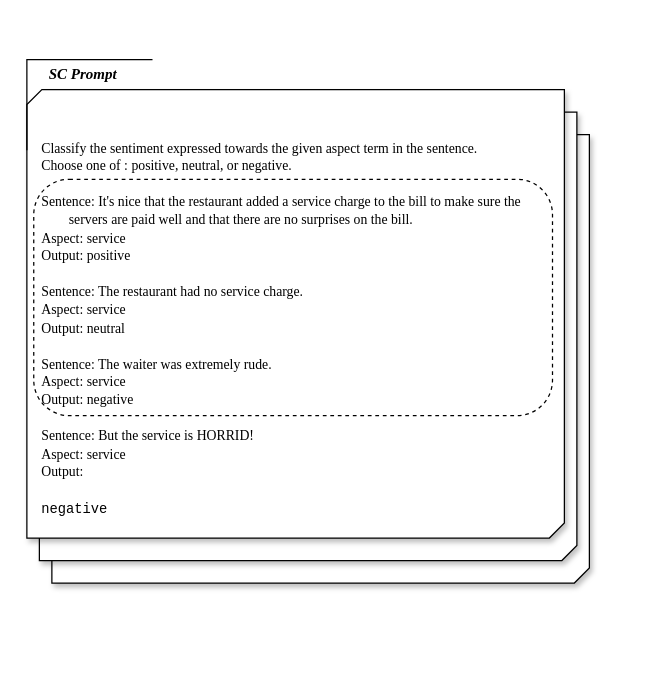
sara-kaczmarek/LLMB4ABSC keeps this draw.io diagram as SC_prompt.drawio. Above is the earlier version. Source tidied: cells renumbered, new cells numbered last; positions are measured from the earlier drawing's top-left corner, leaving out a move shared by most shapes. Both pictures are drawn from the tidied source at 125%, with x=0, y=0 at pixel (26, 21).
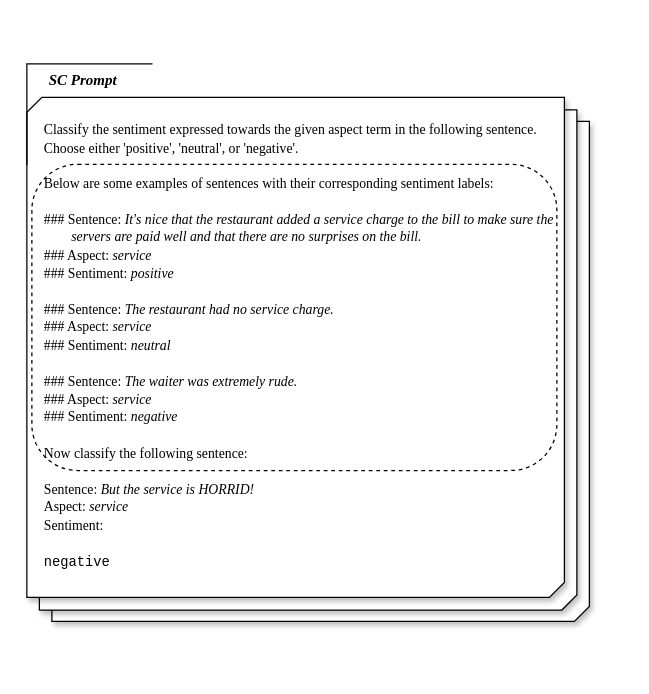
The same page after the edit.

Change to the diagram source:
```diff
@@
 <mxGraphModel>
   <root>
     <mxCell id="0" />
     <mxCell id="1" parent="0" />
-    <mxCell id="2" style="group;" parent="1" vertex="1">
-      <mxGeometry width="480" height="521" as="geometry" />
-    </mxCell>
-    <mxCell id="3" style="verticalLabelPosition=bottom;verticalAlign=top;html=1;shape=mxgraph.basic.diag_snip_rect;dx=6;whiteSpace=wrap;shadow=1;" parent="2" vertex="1">
-      <mxGeometry x="20" y="90.1" width="430" height="358.8" as="geometry" />
+    <mxCell id="3" style="verticalLabelPosition=bottom;verticalAlign=top;html=1;shape=mxgraph.basic.diag_snip_rect;dx=6;whiteSpace=wrap;shadow=1;" parent="1" vertex="1">
+      <mxGeometry x="20" y="79.5" width="430" height="400.1" as="geometry" />
     </mxCell>
-    <mxCell id="4" style="verticalLabelPosition=bottom;verticalAlign=top;html=1;shape=mxgraph.basic.diag_snip_rect;dx=6;whiteSpace=wrap;shadow=1;" parent="2" vertex="1">
-      <mxGeometry x="10" y="72.1" width="430" height="358.8" as="geometry" />
+    <mxCell id="4" style="verticalLabelPosition=bottom;verticalAlign=top;html=1;shape=mxgraph.basic.diag_snip_rect;dx=6;whiteSpace=wrap;shadow=1;" parent="1" vertex="1">
+      <mxGeometry x="10" y="70.4" width="430" height="400.1" as="geometry" />
     </mxCell>
-    <mxCell id="5" style="verticalLabelPosition=bottom;verticalAlign=top;html=1;shape=mxgraph.basic.diag_snip_rect;dx=6;whiteSpace=wrap;shadow=1;" parent="2" vertex="1">
-      <mxGeometry y="54.1" width="430" height="358.8" as="geometry" />
+    <mxCell id="5" style="verticalLabelPosition=bottom;verticalAlign=top;html=1;shape=mxgraph.basic.diag_snip_rect;dx=6;whiteSpace=wrap;shadow=1;" parent="1" vertex="1">
+      <mxGeometry y="60.3" width="430" height="400.1" as="geometry" />
     </mxCell>
-    <mxCell id="6" style="shape=partialRectangle;whiteSpace=wrap;html=1;bottom=0;right=0;fillColor=none;" parent="2" vertex="1">
-      <mxGeometry y="30.1" width="100" height="72.1" as="geometry" />
+    <mxCell id="6" style="shape=partialRectangle;whiteSpace=wrap;html=1;bottom=0;right=0;fillColor=none;" parent="1" vertex="1">
+      <mxGeometry y="33.5" width="100" height="80.4" as="geometry" />
     </mxCell>
-    <mxCell id="7" value="&lt;p style=&quot;&quot;&gt;&lt;br&gt;&lt;/p&gt;&lt;div style=&quot;&quot;&gt;&lt;span style=&quot;background-color: transparent;&quot;&gt;&lt;font face=&quot;Times New Roman&quot; style=&quot;font-size: 11px; color: light-dark(rgb(0, 0, 0), rgb(255, 255, 255));&quot;&gt;Classify the sentiment expressed towards the given aspect term in the sentence.&amp;nbsp;&lt;/font&gt;&lt;/span&gt;&lt;/div&gt;&lt;div style=&quot;&quot;&gt;&lt;span style=&quot;background-color: transparent;&quot;&gt;&lt;font face=&quot;Times New Roman&quot; style=&quot;font-size: 11px; color: light-dark(rgb(0, 0, 0), rgb(255, 255, 255));&quot;&gt;Choose one of : positive, neutral, or negative.&amp;nbsp;&lt;/font&gt;&lt;/span&gt;&lt;/div&gt;&lt;div style=&quot;&quot;&gt;&lt;font face=&quot;Times New Roman&quot;&gt;&lt;span style=&quot;font-size: 11px;&quot;&gt;&lt;br&gt;&lt;/span&gt;&lt;/font&gt;&lt;/div&gt;&lt;div style=&quot;&quot;&gt;&lt;font face=&quot;Times New Roman&quot;&gt;&lt;span style=&quot;font-size: 11px;&quot;&gt;Sentence: It's nice that the restaurant added a service charge to the bill to make sure the&amp;nbsp;&lt;/span&gt;&lt;/font&gt;&lt;/div&gt;&lt;div style=&quot;&quot;&gt;&lt;font face=&quot;Times New Roman&quot;&gt;&lt;span style=&quot;font-size: 11px;&quot;&gt;&lt;span style=&quot;white-space: pre;&quot;&gt;&#9;&lt;/span&gt;servers are paid well and that there are no surprises on the bill.&lt;br&gt;&lt;/span&gt;&lt;/font&gt;&lt;/div&gt;&lt;div style=&quot;&quot;&gt;&lt;font face=&quot;Times New Roman&quot;&gt;&lt;span style=&quot;font-size: 11px;&quot;&gt;Aspect: service&amp;nbsp;&lt;/span&gt;&lt;/font&gt;&lt;/div&gt;&lt;div style=&quot;&quot;&gt;&lt;font face=&quot;Times New Roman&quot;&gt;&lt;span style=&quot;font-size: 11px;&quot;&gt;Output: positive&lt;/span&gt;&lt;/font&gt;&lt;/div&gt;&lt;div style=&quot;&quot;&gt;&lt;font face=&quot;Times New Roman&quot;&gt;&lt;span style=&quot;font-size: 11px;&quot;&gt;&lt;br&gt;&lt;/span&gt;&lt;/font&gt;&lt;/div&gt;&lt;div style=&quot;&quot;&gt;&lt;div&gt;&lt;font face=&quot;Times New Roman&quot;&gt;&lt;span style=&quot;font-size: 11px;&quot;&gt;Sentence: The restaurant had no service charge.&amp;nbsp;&lt;/span&gt;&lt;/font&gt;&lt;/div&gt;&lt;div&gt;&lt;font face=&quot;Times New Roman&quot;&gt;&lt;span style=&quot;font-size: 11px;&quot;&gt;Aspect: service&lt;/span&gt;&lt;/font&gt;&lt;/div&gt;&lt;div&gt;&lt;font face=&quot;Times New Roman&quot;&gt;&lt;span style=&quot;font-size: 11px;&quot;&gt;Output: neutral&lt;/span&gt;&lt;/font&gt;&lt;/div&gt;&lt;div&gt;&lt;font face=&quot;Times New Roman&quot;&gt;&lt;span style=&quot;font-size: 11px;&quot;&gt;&lt;br&gt;&lt;/span&gt;&lt;/font&gt;&lt;/div&gt;&lt;div&gt;&lt;div&gt;&lt;font face=&quot;Times New Roman&quot;&gt;&lt;span style=&quot;font-size: 11px;&quot;&gt;Sentence: The waiter was extremely rude.&amp;nbsp;&lt;/span&gt;&lt;/font&gt;&lt;/div&gt;&lt;div&gt;&lt;font face=&quot;Times New Roman&quot;&gt;&lt;span style=&quot;font-size: 11px;&quot;&gt;Aspect: service&lt;/span&gt;&lt;/font&gt;&lt;/div&gt;&lt;/div&gt;&lt;div&gt;&lt;font face=&quot;Times New Roman&quot;&gt;&lt;span style=&quot;font-size: 11px;&quot;&gt;Output: negative&lt;/span&gt;&lt;/font&gt;&lt;/div&gt;&lt;div&gt;&lt;font face=&quot;Times New Roman&quot;&gt;&lt;span style=&quot;font-size: 11px;&quot;&gt;&lt;br&gt;&lt;/span&gt;&lt;/font&gt;&lt;/div&gt;&lt;div&gt;&lt;div&gt;&lt;font face=&quot;Times New Roman&quot;&gt;&lt;span style=&quot;font-size: 11px;&quot;&gt;Sentence: But the service is HORRID!&lt;/span&gt;&lt;/font&gt;&lt;/div&gt;&lt;div&gt;&lt;font face=&quot;Times New Roman&quot;&gt;&lt;span style=&quot;font-size: 11px;&quot;&gt;Aspect: service&lt;/span&gt;&lt;/font&gt;&lt;/div&gt;&lt;/div&gt;&lt;/div&gt;&lt;div style=&quot;&quot;&gt;&lt;font face=&quot;Times New Roman&quot;&gt;&lt;span style=&quot;font-size: 11px;&quot;&gt;Output:&lt;/span&gt;&lt;/font&gt;&lt;/div&gt;&lt;div&gt;&lt;br&gt;&lt;/div&gt;&lt;div&gt;&lt;font style=&quot;color: light-dark(rgb(0, 0, 0), rgb(255, 255, 255));&quot; face=&quot;Courier New&quot;&gt;&lt;font style=&quot;font-size: 11px;&quot;&gt;negative&lt;/font&gt;&lt;br&gt;&lt;/font&gt;&lt;div&gt;&lt;br&gt;&lt;/div&gt;&lt;/div&gt;" style="text;html=1;align=left;verticalAlign=middle;strokeColor=none;fillColor=none;shadow=1;" parent="2" vertex="1">
-      <mxGeometry x="10" y="47.5" width="410" height="370" as="geometry" />
+    <mxCell id="7" value="&lt;p style=&quot;&quot;&gt;&lt;br&gt;&lt;/p&gt;&lt;div style=&quot;&quot;&gt;&lt;span style=&quot;background-color: transparent;&quot;&gt;&lt;font face=&quot;Times New Roman&quot; style=&quot;font-size: 11px; color: light-dark(rgb(0, 0, 0), rgb(255, 255, 255));&quot;&gt;Classify the sentiment expressed towards the given aspect term in the following sentence.&amp;nbsp;&lt;/font&gt;&lt;/span&gt;&lt;/div&gt;&lt;div style=&quot;&quot;&gt;&lt;span style=&quot;background-color: transparent;&quot;&gt;&lt;font face=&quot;Times New Roman&quot; style=&quot;font-size: 11px; color: light-dark(rgb(0, 0, 0), rgb(255, 255, 255));&quot;&gt;Choose either 'positive', 'neutral', or 'negative'.&amp;nbsp;&lt;/font&gt;&lt;/span&gt;&lt;/div&gt;&lt;div style=&quot;&quot;&gt;&lt;br&gt;&lt;/div&gt;&lt;div style=&quot;&quot;&gt;&lt;font face=&quot;Times New Roman&quot;&gt;&lt;span style=&quot;font-size: 11px;&quot;&gt;Below are some examples of sentences with their corresponding sentiment labels:&lt;/span&gt;&lt;/font&gt;&lt;/div&gt;&lt;div style=&quot;&quot;&gt;&lt;br&gt;&lt;/div&gt;&lt;div style=&quot;&quot;&gt;&lt;font face=&quot;Times New Roman&quot;&gt;&lt;span style=&quot;font-size: 11px;&quot;&gt;### Sentence: &lt;i&gt;It's nice that the restaurant added a service charge to the bill to make sure the&amp;nbsp;&lt;/i&gt;&lt;/span&gt;&lt;/font&gt;&lt;/div&gt;&lt;div style=&quot;&quot;&gt;&lt;font face=&quot;Times New Roman&quot;&gt;&lt;span style=&quot;font-size: 11px;&quot;&gt;&lt;i&gt;&lt;span style=&quot;white-space: pre;&quot;&gt;&#9;&lt;/span&gt;servers are paid well and that there are no surprises on the bill.&lt;/i&gt;&lt;br&gt;&lt;/span&gt;&lt;/font&gt;&lt;/div&gt;&lt;div style=&quot;&quot;&gt;&lt;font face=&quot;Times New Roman&quot;&gt;&lt;span style=&quot;font-size: 11px;&quot;&gt;### Aspect: &lt;i&gt;service&amp;nbsp;&lt;/i&gt;&lt;/span&gt;&lt;/font&gt;&lt;/div&gt;&lt;div style=&quot;&quot;&gt;&lt;font face=&quot;Times New Roman&quot;&gt;&lt;span style=&quot;font-size: 11px;&quot;&gt;### Sentiment: &lt;i&gt;positive&lt;/i&gt;&lt;/span&gt;&lt;/font&gt;&lt;/div&gt;&lt;div style=&quot;&quot;&gt;&lt;font face=&quot;Times New Roman&quot;&gt;&lt;span style=&quot;font-size: 11px;&quot;&gt;&lt;br&gt;&lt;/span&gt;&lt;/font&gt;&lt;/div&gt;&lt;div style=&quot;&quot;&gt;&lt;div&gt;&lt;font face=&quot;Times New Roman&quot;&gt;&lt;span style=&quot;font-size: 11px;&quot;&gt;### Sentence: &lt;i&gt;The restaurant had no service charge.&amp;nbsp;&lt;/i&gt;&lt;/span&gt;&lt;/font&gt;&lt;/div&gt;&lt;div&gt;&lt;font face=&quot;Times New Roman&quot;&gt;&lt;span style=&quot;font-size: 11px;&quot;&gt;### Aspect:&lt;i&gt; service&lt;/i&gt;&lt;/span&gt;&lt;/font&gt;&lt;/div&gt;&lt;div&gt;&lt;font face=&quot;Times New Roman&quot;&gt;&lt;span style=&quot;font-size: 11px;&quot;&gt;### Sentiment: &lt;i&gt;neutral&lt;/i&gt;&lt;/span&gt;&lt;/font&gt;&lt;/div&gt;&lt;div&gt;&lt;font face=&quot;Times New Roman&quot;&gt;&lt;span style=&quot;font-size: 11px;&quot;&gt;&lt;br&gt;&lt;/span&gt;&lt;/font&gt;&lt;/div&gt;&lt;div&gt;&lt;div&gt;&lt;font face=&quot;Times New Roman&quot;&gt;&lt;span style=&quot;font-size: 11px;&quot;&gt;### Sentence: &lt;i&gt;The waiter was extremely rude.&amp;nbsp;&lt;/i&gt;&lt;/span&gt;&lt;/font&gt;&lt;/div&gt;&lt;div&gt;&lt;font face=&quot;Times New Roman&quot;&gt;&lt;span style=&quot;font-size: 11px;&quot;&gt;### Aspect: &lt;i&gt;service&lt;/i&gt;&lt;/span&gt;&lt;/font&gt;&lt;/div&gt;&lt;/div&gt;&lt;div&gt;&lt;font face=&quot;Times New Roman&quot;&gt;&lt;span style=&quot;font-size: 11px;&quot;&gt;### Sentiment: &lt;i&gt;negative&lt;/i&gt;&lt;/span&gt;&lt;/font&gt;&lt;/div&gt;&lt;div&gt;&lt;font face=&quot;Times New Roman&quot;&gt;&lt;span style=&quot;font-size: 11px;&quot;&gt;&lt;br&gt;&lt;/span&gt;&lt;/font&gt;&lt;/div&gt;&lt;div&gt;&lt;font face=&quot;Times New Roman&quot;&gt;&lt;span style=&quot;font-size: 11px;&quot;&gt;Now classify the following sentence:&lt;/span&gt;&lt;/font&gt;&lt;/div&gt;&lt;div&gt;&lt;font face=&quot;Times New Roman&quot;&gt;&lt;span style=&quot;font-size: 11px;&quot;&gt;&lt;br&gt;&lt;/span&gt;&lt;/font&gt;&lt;/div&gt;&lt;div&gt;&lt;div&gt;&lt;font face=&quot;Times New Roman&quot;&gt;&lt;span style=&quot;font-size: 11px;&quot;&gt;Sentence: &lt;i&gt;But the service is HORRID!&lt;/i&gt;&lt;/span&gt;&lt;/font&gt;&lt;/div&gt;&lt;div&gt;&lt;font face=&quot;Times New Roman&quot;&gt;&lt;span style=&quot;font-size: 11px;&quot;&gt;Aspect:&lt;i&gt; service&lt;/i&gt;&lt;/span&gt;&lt;/font&gt;&lt;/div&gt;&lt;/div&gt;&lt;/div&gt;&lt;div style=&quot;&quot;&gt;&lt;font face=&quot;Times New Roman&quot;&gt;&lt;span style=&quot;font-size: 11px;&quot;&gt;Sentiment:&lt;/span&gt;&lt;/font&gt;&lt;/div&gt;&lt;div&gt;&lt;br&gt;&lt;/div&gt;&lt;div&gt;&lt;font style=&quot;color: light-dark(rgb(0, 0, 0), rgb(255, 255, 255));&quot; face=&quot;Courier New&quot;&gt;&lt;font style=&quot;font-size: 11px;&quot;&gt;negative&lt;/font&gt;&lt;br&gt;&lt;/font&gt;&lt;div&gt;&lt;br&gt;&lt;/div&gt;&lt;/div&gt;" style="text;html=1;align=left;verticalAlign=middle;strokeColor=none;fillColor=none;shadow=1;" parent="1" vertex="1">
+      <mxGeometry x="12" y="31.5" width="430" height="430" as="geometry" />
     </mxCell>
-    <mxCell id="8" value="&lt;b&gt;&lt;i&gt;&lt;font face=&quot;Times New Roman&quot;&gt;SC Prompt&lt;/font&gt;&lt;/i&gt;&lt;/b&gt;" style="text;strokeColor=none;align=left;fillColor=none;html=1;verticalAlign=middle;whiteSpace=wrap;rounded=0;" parent="2" vertex="1">
-      <mxGeometry x="16" y="26" width="99" height="32.1" as="geometry" />
+    <mxCell id="8" value="&lt;b&gt;&lt;i&gt;&lt;font face=&quot;Times New Roman&quot;&gt;SC Prompt&lt;/font&gt;&lt;/i&gt;&lt;/b&gt;" style="text;strokeColor=none;align=left;fillColor=none;html=1;verticalAlign=middle;whiteSpace=wrap;rounded=0;" parent="1" vertex="1">
+      <mxGeometry x="16" y="29" width="99" height="35.8" as="geometry" />
     </mxCell>
-    <mxCell id="9" style="rounded=1;whiteSpace=wrap;html=1;dashed=1;fillColor=none;" parent="2" vertex="1">
-      <mxGeometry x="5.5" y="125.9" width="415" height="189.1" as="geometry" />
+    <mxCell id="9" style="rounded=1;whiteSpace=wrap;html=1;dashed=1;fillColor=none;glass=0;perimeterSpacing=10;shadow=0;" parent="1" vertex="1">
+      <mxGeometry x="4" y="113.9" width="420" height="245" as="geometry" />
     </mxCell>
   </root>
 </mxGraphModel>
```
